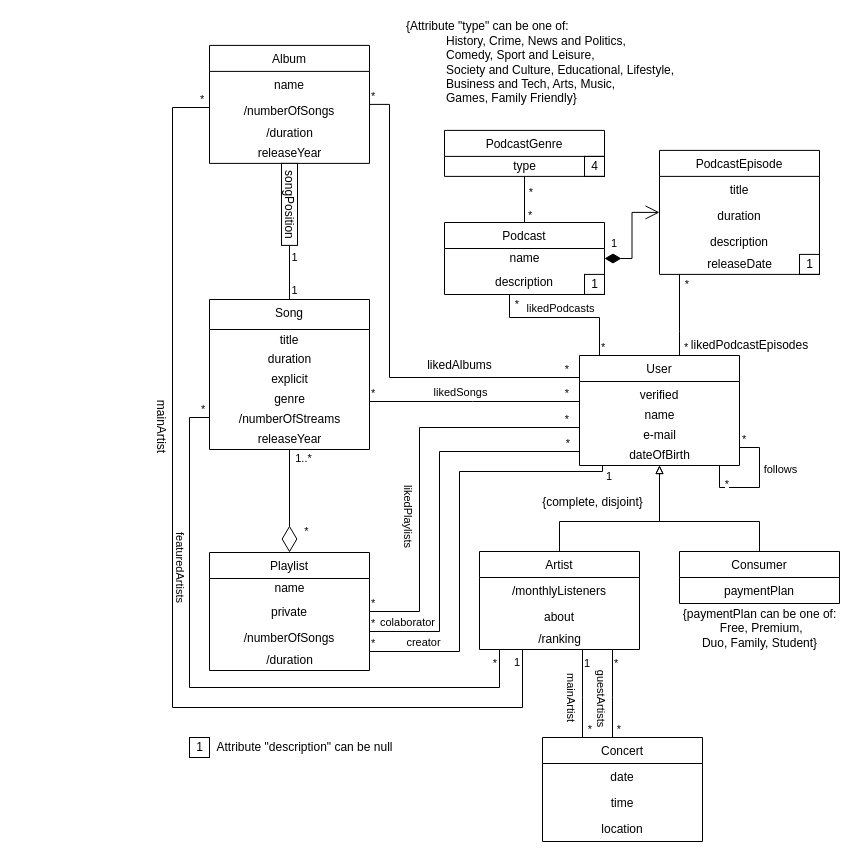
Earlier version of the draw.io diagram page "Page-2" (2 of 2) of 1-delivery/Spotify-class-diag.drawio (Naapperas/feup-bd). Source tidied: cells renumbered, new cells numbered last; positions are measured from the earlier drawing's top-left corner, leaving out a move shared by most shapes. Both pictures are drawn from the tidied source at 100%, with x=0, y=0 at pixel (122, 17).
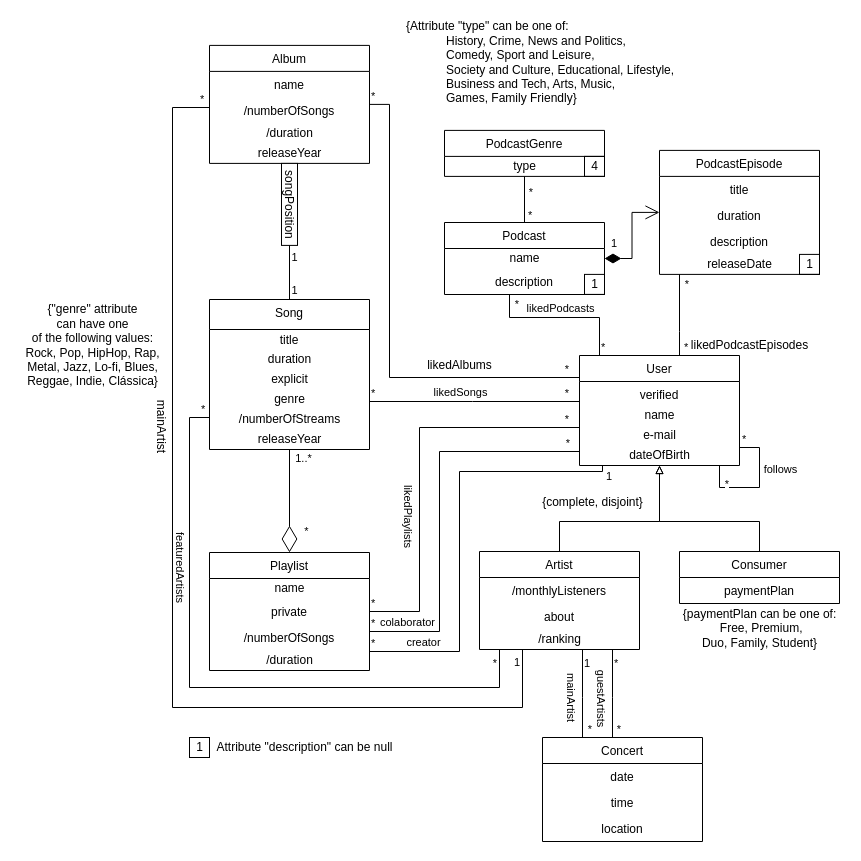
The same page after the edit.

Commit message:
Added genre restriction to songs

Change to the diagram source:
```diff
@@
+    <mxCell id="115" value="&lt;div&gt;{&quot;genre&quot; attribute &lt;br&gt;&lt;/div&gt;&lt;div&gt;can have one &lt;br&gt;&lt;/div&gt;&lt;div&gt;of the following values: &lt;br&gt;&lt;/div&gt;&lt;div&gt;Rock, Pop, HipHop, Rap, &lt;br&gt;&lt;/div&gt;&lt;div&gt;Metal, Jazz, Lo-fi, Blues, &lt;br&gt;&lt;/div&gt;&lt;div&gt;Reggae, Indie, Clássica}&lt;/div&gt;" style="text;html=1;align=center;verticalAlign=middle;strokeColor=none;fillColor=none;" parent="1" vertex="1">
+      <mxGeometry x="-105" y="283" width="150" height="90" as="geometry" />
+    </mxCell>
```
